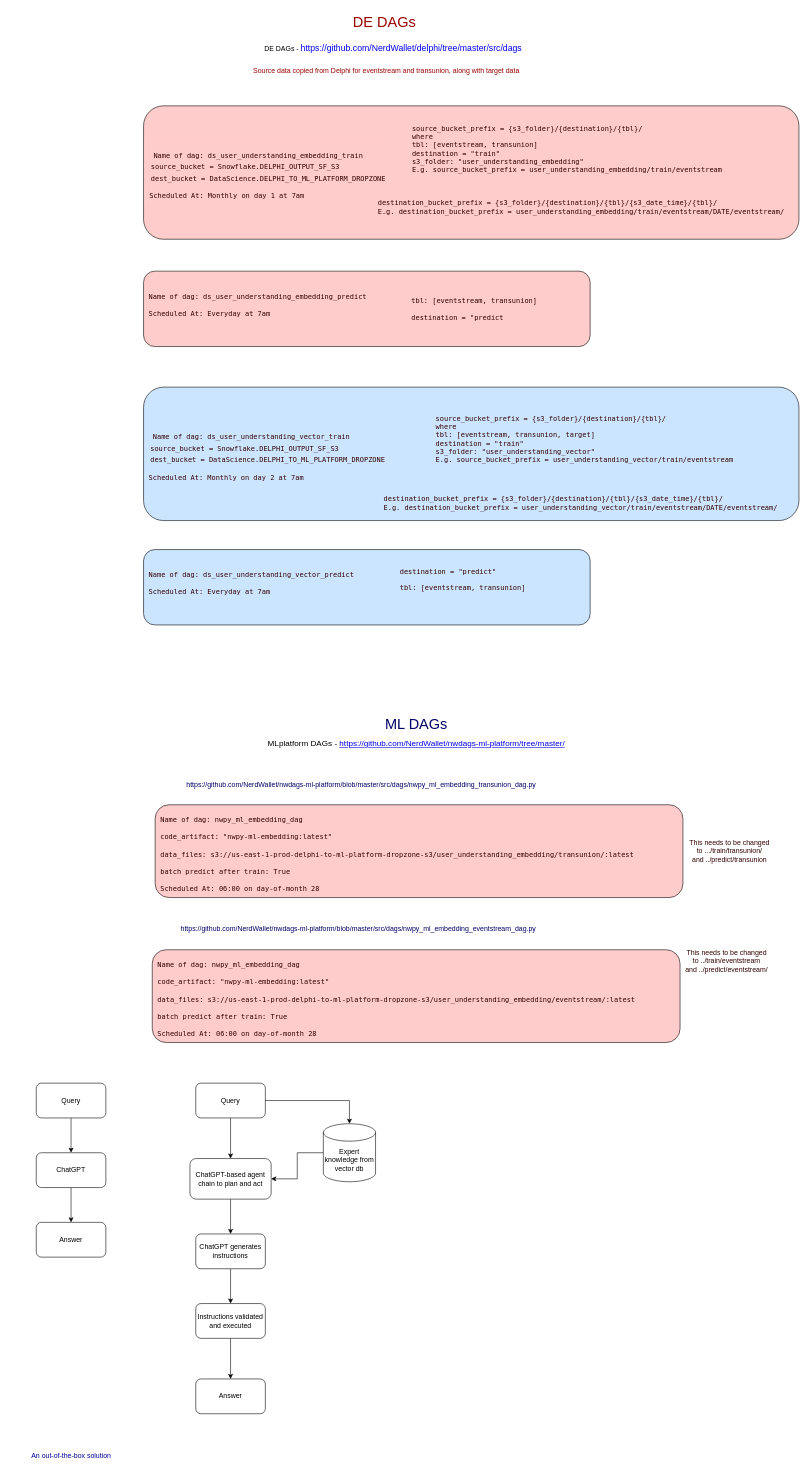
The draw.io diagram production_dags.drawio in sjster/draw.io, before the edit. Source tidied: cells renumbered, new cells numbered last; positions are measured from the earlier drawing's top-left corner, leaving out a move shared by most shapes. Both pictures are drawn from the tidied source at 58%, with x=0, y=0 at pixel (24, 10).
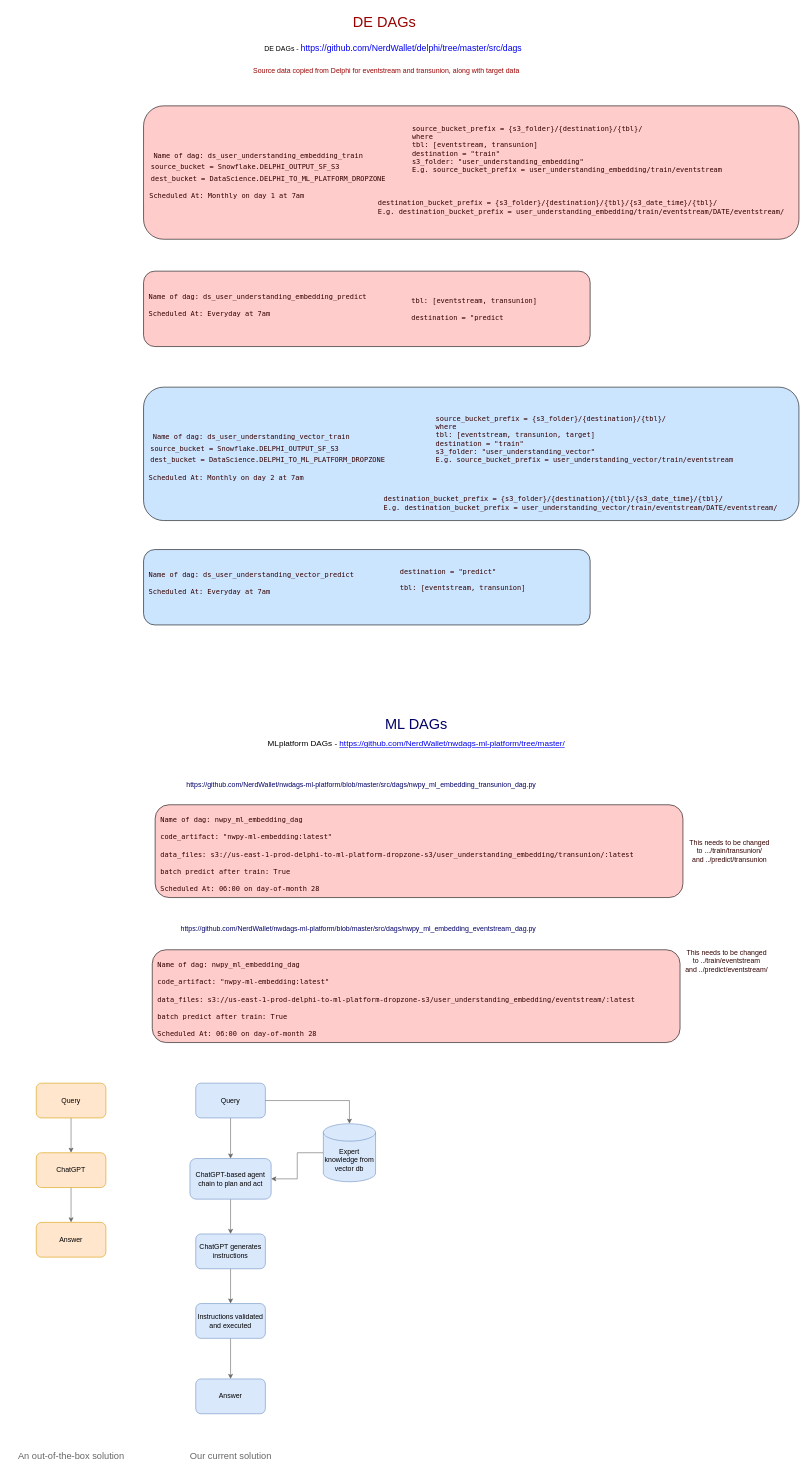
Above is the later version.

Diff of the diagram source:
```diff
@@
-    <mxCell id="24" style="edgeStyle=orthogonalEdgeStyle;rounded=0;jettySize=auto;html=1;entryX=0.5;entryY=0;entryDx=0;entryDy=0;" parent="1" edge="1" source="25" target="27">
+    <mxCell id="24" style="edgeStyle=orthogonalEdgeStyle;rounded=0;jettySize=auto;html=1;entryX=0.5;entryY=0;entryDx=0;entryDy=0;strokeColor=#666666;" parent="1" edge="1" source="25" target="27">
       <mxGeometry relative="1" as="geometry" />
     </mxCell>
-    <mxCell id="25" value="Query" style="rounded=1;whiteSpace=wrap;html=1;" parent="1" vertex="1">
+    <mxCell id="25" value="Query" style="rounded=1;whiteSpace=wrap;html=1;strokeColor=#d79b00;fillColor=#ffe6cc;" parent="1" vertex="1">
       <mxGeometry x="20" y="1850" width="120" height="60" as="geometry" />
     </mxCell>
-    <mxCell id="26" style="edgeStyle=orthogonalEdgeStyle;rounded=0;jettySize=auto;html=1;entryX=0.5;entryY=0;entryDx=0;entryDy=0;" parent="1" edge="1" source="27" target="28">
+    <mxCell id="26" style="edgeStyle=orthogonalEdgeStyle;rounded=0;jettySize=auto;html=1;entryX=0.5;entryY=0;entryDx=0;entryDy=0;strokeColor=#666666;" parent="1" edge="1" source="27" target="28">
       <mxGeometry relative="1" as="geometry" />
     </mxCell>
-    <mxCell id="27" value="ChatGPT" style="rounded=1;whiteSpace=wrap;html=1;" parent="1" vertex="1">
+    <mxCell id="27" value="ChatGPT" style="rounded=1;whiteSpace=wrap;html=1;strokeColor=#d79b00;fillColor=#ffe6cc;" parent="1" vertex="1">
       <mxGeometry x="20" y="1970" width="120" height="60" as="geometry" />
     </mxCell>
-    <mxCell id="28" value="Answer" style="rounded=1;whiteSpace=wrap;html=1;" parent="1" vertex="1">
+    <mxCell id="28" value="Answer" style="rounded=1;whiteSpace=wrap;html=1;strokeColor=#d79b00;fillColor=#ffe6cc;" parent="1" vertex="1">
       <mxGeometry x="20" y="2090" width="120" height="60" as="geometry" />
     </mxCell>
-    <mxCell id="29" style="edgeStyle=orthogonalEdgeStyle;rounded=0;jettySize=auto;html=1;entryX=0.5;entryY=0;entryDx=0;entryDy=0;" parent="1" edge="1" source="30" target="34">
+    <mxCell id="29" style="edgeStyle=orthogonalEdgeStyle;rounded=0;jettySize=auto;html=1;entryX=0.5;entryY=0;entryDx=0;entryDy=0;strokeColor=#666666;" parent="1" edge="1" source="30" target="34">
       <mxGeometry relative="1" as="geometry" />
     </mxCell>
-    <mxCell id="30" value="Query" style="rounded=1;whiteSpace=wrap;html=1;" parent="1" vertex="1">
+    <mxCell id="30" value="Query" style="rounded=1;whiteSpace=wrap;html=1;strokeColor=#6c8ebf;fillColor=#dae8fc;" parent="1" vertex="1">
       <mxGeometry x="295" y="1850" width="120" height="60" as="geometry" />
     </mxCell>
-    <mxCell id="31" style="edgeStyle=orthogonalEdgeStyle;rounded=0;jettySize=auto;html=1;entryX=1;entryY=0.5;entryDx=0;entryDy=0;" parent="1" edge="1" source="32" target="34">
+    <mxCell id="31" style="edgeStyle=orthogonalEdgeStyle;rounded=0;jettySize=auto;html=1;entryX=1;entryY=0.5;entryDx=0;entryDy=0;strokeColor=#666666;" parent="1" edge="1" source="32" target="34">
       <mxGeometry relative="1" as="geometry" />
     </mxCell>
-    <mxCell id="32" value="Expert knowledge from vector db" style="shape=cylinder3;whiteSpace=wrap;html=1;boundedLbl=1;backgroundOutline=1;size=15;" parent="1" vertex="1">
+    <mxCell id="32" value="Expert knowledge from vector db" style="shape=cylinder3;whiteSpace=wrap;html=1;boundedLbl=1;backgroundOutline=1;size=15;strokeColor=#6c8ebf;fillColor=#dae8fc;" parent="1" vertex="1">
       <mxGeometry x="515" y="1920" width="90" height="100" as="geometry" />
     </mxCell>
-    <mxCell id="33" style="edgeStyle=orthogonalEdgeStyle;rounded=0;jettySize=auto;html=1;entryX=0.5;entryY=0;entryDx=0;entryDy=0;" parent="1" edge="1" source="34" target="36">
+    <mxCell id="33" style="edgeStyle=orthogonalEdgeStyle;rounded=0;jettySize=auto;html=1;entryX=0.5;entryY=0;entryDx=0;entryDy=0;strokeColor=#666666;" parent="1" edge="1" source="34" target="36">
       <mxGeometry relative="1" as="geometry" />
     </mxCell>
-    <mxCell id="34" value="ChatGPT-based agent chain to plan and act" style="rounded=1;whiteSpace=wrap;html=1;" parent="1" vertex="1">
+    <mxCell id="34" value="ChatGPT-based agent chain to plan and act" style="rounded=1;whiteSpace=wrap;html=1;strokeColor=#6c8ebf;fillColor=#dae8fc;" parent="1" vertex="1">
       <mxGeometry x="285" y="1980" width="140" height="70" as="geometry" />
     </mxCell>
-    <mxCell id="35" style="edgeStyle=orthogonalEdgeStyle;rounded=0;jettySize=auto;html=1;entryX=0.5;entryY=0;entryDx=0;entryDy=0;" parent="1" edge="1" source="36" target="38">
+    <mxCell id="35" style="edgeStyle=orthogonalEdgeStyle;rounded=0;jettySize=auto;html=1;entryX=0.5;entryY=0;entryDx=0;entryDy=0;strokeColor=#666666;" parent="1" edge="1" source="36" target="38">
       <mxGeometry relative="1" as="geometry" />
     </mxCell>
-    <mxCell id="36" value="ChatGPT generates instructions" style="rounded=1;whiteSpace=wrap;html=1;" parent="1" vertex="1">
+    <mxCell id="36" value="ChatGPT generates instructions" style="rounded=1;whiteSpace=wrap;html=1;strokeColor=#6c8ebf;fillColor=#dae8fc;" parent="1" vertex="1">
       <mxGeometry x="295" y="2110" width="120" height="60" as="geometry" />
     </mxCell>
-    <mxCell id="37" style="edgeStyle=orthogonalEdgeStyle;rounded=0;jettySize=auto;html=1;entryX=0.5;entryY=0;entryDx=0;entryDy=0;" parent="1" edge="1" source="38" target="39">
+    <mxCell id="37" style="edgeStyle=orthogonalEdgeStyle;rounded=0;jettySize=auto;html=1;entryX=0.5;entryY=0;entryDx=0;entryDy=0;strokeColor=#666666;" parent="1" edge="1" source="38" target="39">
       <mxGeometry relative="1" as="geometry" />
     </mxCell>
-    <mxCell id="38" value="Instructions validated and executed" style="rounded=1;whiteSpace=wrap;html=1;" parent="1" vertex="1">
+    <mxCell id="38" value="Instructions validated and executed" style="rounded=1;whiteSpace=wrap;html=1;strokeColor=#6c8ebf;fillColor=#dae8fc;" parent="1" vertex="1">
       <mxGeometry x="295" y="2230" width="120" height="60" as="geometry" />
     </mxCell>
-    <mxCell id="39" value="Answer" style="rounded=1;whiteSpace=wrap;html=1;" parent="1" vertex="1">
+    <mxCell id="39" value="Answer" style="rounded=1;whiteSpace=wrap;html=1;strokeColor=#6c8ebf;fillColor=#dae8fc;" parent="1" vertex="1">
       <mxGeometry x="295" y="2360" width="120" height="60" as="geometry" />
     </mxCell>
-    <mxCell id="40" style="edgeStyle=orthogonalEdgeStyle;rounded=0;jettySize=auto;html=1;entryX=0.5;entryY=0;entryDx=0;entryDy=0;entryPerimeter=0;" parent="1" edge="1" source="30" target="32">
+    <mxCell id="40" style="edgeStyle=orthogonalEdgeStyle;rounded=0;jettySize=auto;html=1;entryX=0.5;entryY=0;entryDx=0;entryDy=0;entryPerimeter=0;strokeColor=#666666;" parent="1" edge="1" source="30" target="32">
       <mxGeometry relative="1" as="geometry" />
     </mxCell>
-    <mxCell id="41" value="&lt;font color=&quot;#000099&quot;&gt;An out-of-the-box solution&lt;/font&gt;" style="text;html=1;align=center;verticalAlign=middle;strokeColor=none;fillColor=none;" parent="1" vertex="1">
-      <mxGeometry y="2478" width="160" height="30" as="geometry" />
+    <mxCell id="41" value="&lt;font color=&quot;#666666&quot; style=&quot;font-size: 16px;&quot;&gt;An out-of-the-box solution&lt;/font&gt;" style="text;html=1;align=center;verticalAlign=middle;strokeColor=none;fillColor=none;" parent="1" vertex="1">
+      <mxGeometry x="-25" y="2478" width="210" height="30" as="geometry" />
     </mxCell>
+    <mxCell id="42" value="&lt;font color=&quot;#666666&quot; style=&quot;font-size: 16px;&quot;&gt;Our current solution&lt;/font&gt;" style="text;html=1;align=center;verticalAlign=middle;strokeColor=none;fillColor=none;" parent="1" vertex="1">
+      <mxGeometry x="275" y="2478" width="160" height="30" as="geometry" />
+    </mxCell>
```
